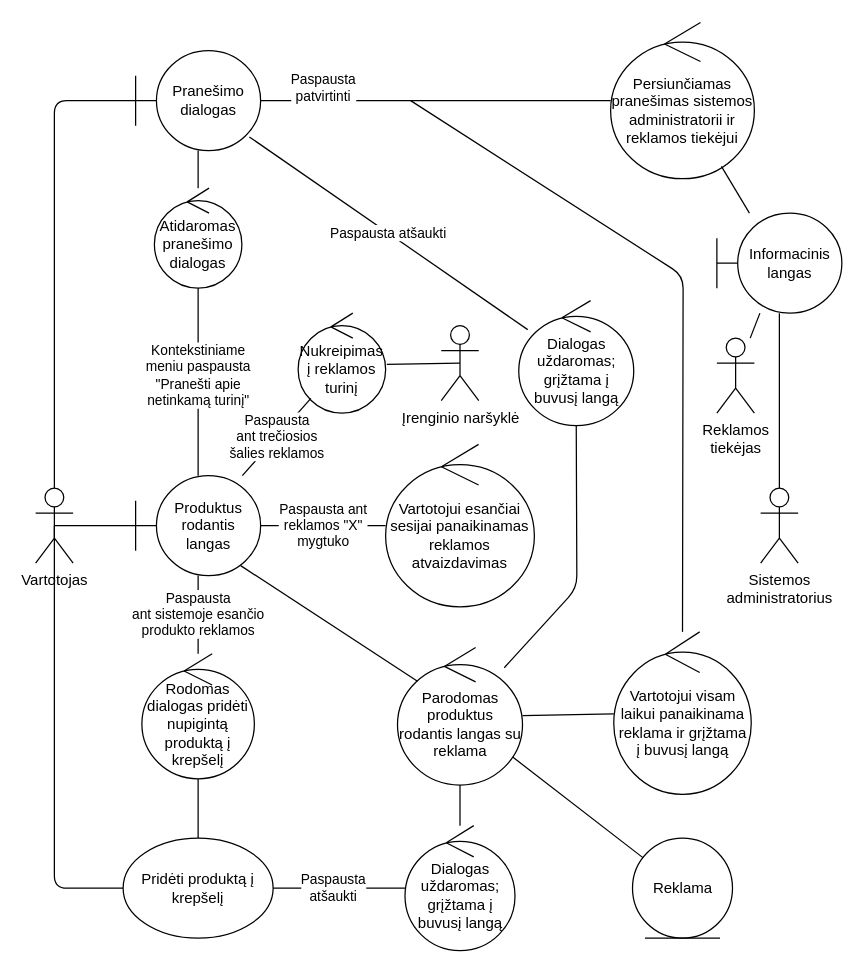
Above: Draw.io/DamnAds_Robust.drawio in Tristanas/PSI2-Food-Bee-Inc (draw.io), before the change. Source tidied: cells renumbered, new cells numbered last; positions are measured from the earlier drawing's top-left corner, leaving out a move shared by most shapes. Both pictures are drawn from the tidied source at 125%, with x=0, y=0 at pixel (35, 22).
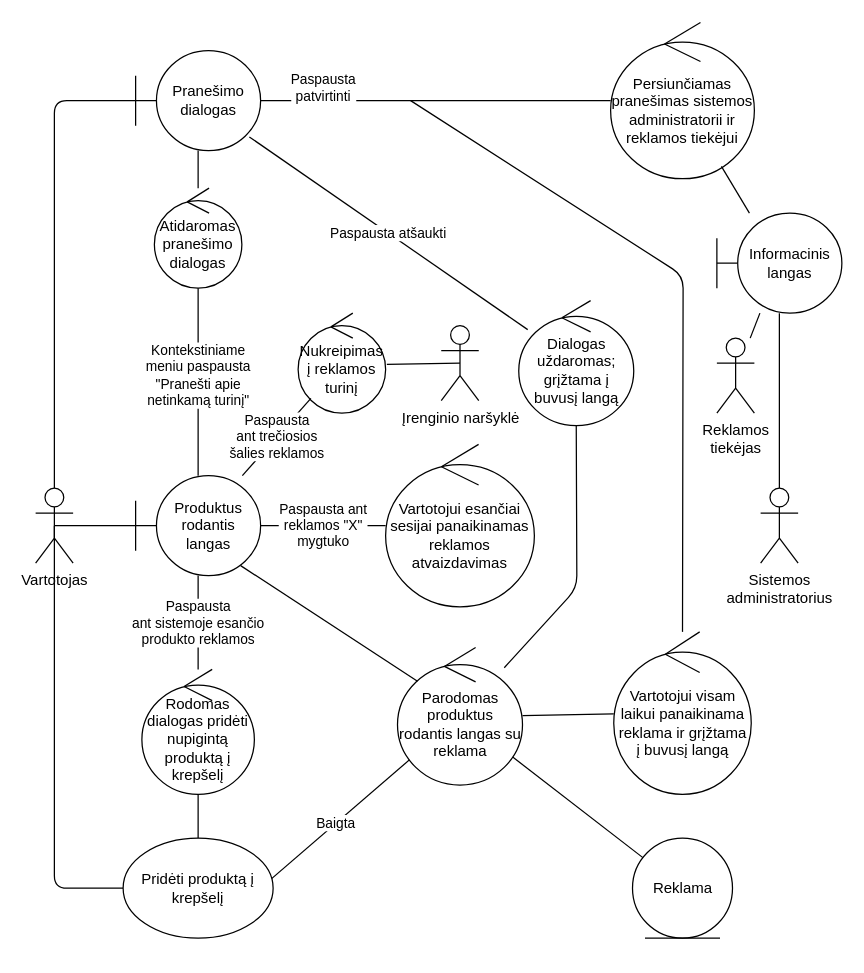
Above is the later version.

Commit message:
Tiny change to ads robust

drawio file

The change refers to these unchanged cells:
```xml
<mxCell id="33" value="Parodomas produktus rodantis langas su reklama" style="ellipse;shape=umlControl;whiteSpace=wrap;html=1;" parent="1" vertex="1">
  <mxGeometry x="289.5" y="499.5" width="100" height="110" as="geometry" />
</mxCell>
```

Diff of the diagram source:
```diff
@@
     <mxCell id="9" value="Rodomas dialogas pridėti nupigintą produktą į krepšelį&lt;br&gt;" style="ellipse;shape=umlControl;whiteSpace=wrap;html=1;" parent="1" vertex="1">
-      <mxGeometry x="85" y="504.5" width="90" height="100" as="geometry" />
+      <mxGeometry x="85" y="517" width="90" height="100" as="geometry" />
     </mxCell>
@@
-    <mxCell id="23" value="Dialogas uždaromas; grįžtama į buvusį langą" style="ellipse;shape=umlControl;whiteSpace=wrap;html=1;" parent="1" vertex="1">
-      <mxGeometry x="295.5" y="642" width="88" height="100" as="geometry" />
-    </mxCell>
-    <mxCell id="24" value="Paspausta&lt;br&gt;atšaukti" style="endArrow=none;html=1;" parent="1" edge="1" target="23">
+    <mxCell id="24" value="Baigta&lt;br&gt;" style="endArrow=none;html=1;" parent="1" edge="1" target="33">
       <mxGeometry relative="1" as="geometry">
         <mxPoint x="180" y="692" as="sourcePoint" />
       </mxGeometry>
     </mxCell>
-    <mxCell id="25" style="endArrow=none;html=1;" parent="1" edge="1" source="23" target="33">
-      <mxGeometry relative="1" as="geometry" />
-    </mxCell>
```
